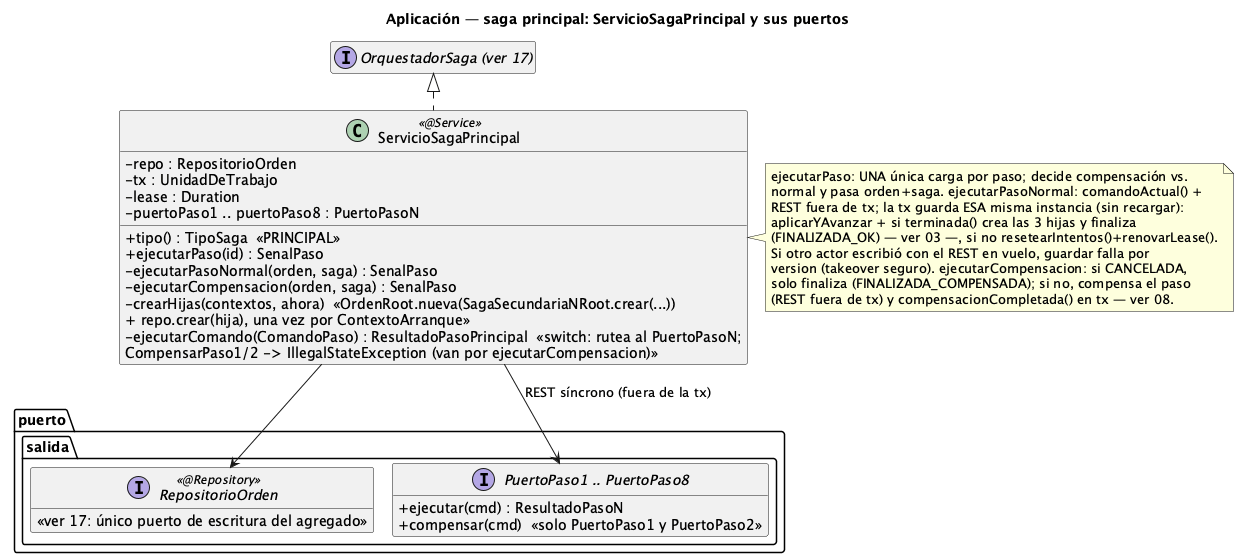
The PlantUML diagram order-manager/docs/18-clases-aplicacion-saga-principal.png in ralcazar/patrones, before a commit. Its diagram source:
```plantuml
@startuml 18-clases-aplicacion-saga-principal
title Aplicación — saga principal: ServicioSagaPrincipal y sus puertos
!pragma layout smetana
hide empty members
skinparam classAttributeIconSize 0

interface "OrquestadorSaga (ver 17)" as Base

class ServicioSagaPrincipal <<@Service>> {
  -repo : RepositorioOrden
  -tx : UnidadDeTrabajo
  -lease : Duration
  -puertoPaso1 .. puertoPaso8 : PuertoPasoN
  +tipo() : TipoSaga  «PRINCIPAL»
  +ejecutarPaso(id) : SenalPaso
  -ejecutarPasoNormal(orden, saga) : SenalPaso
  -ejecutarCompensacion(orden, saga) : SenalPaso
  -crearHijas(contextos, ahora)  «OrdenRoot.nueva(SagaSecundariaNRoot.crear(...))\n+ repo.crear(hija), una vez por ContextoArranque»
  -ejecutarComando(ComandoPaso) : ResultadoPasoPrincipal  «switch: rutea al PuertoPasoN;\nCompensarPaso1/2 -> IllegalStateException (van por ejecutarCompensacion)»
}
note right of ServicioSagaPrincipal
  ejecutarPaso: UNA única carga por paso; decide compensación vs.
  normal y pasa orden+saga. ejecutarPasoNormal: comandoActual() +
  REST fuera de tx; la tx guarda ESA misma instancia (sin recargar):
  aplicarYAvanzar + si terminada() crea las 3 hijas y finaliza
  (FINALIZADA_OK) — ver 03 —, si no resetearIntentos()+renovarLease().
  Si otro actor escribió con el REST en vuelo, guardar falla por
  version (takeover seguro). ejecutarCompensacion: si CANCELADA,
  solo finaliza (FINALIZADA_COMPENSADA); si no, compensa el paso
  (REST fuera de tx) y compensacionCompletada() en tx — ver 08.
end note

package "puerto.salida" {
  interface RepositorioOrden <<@Repository>> {
    «ver 17: único puerto de escritura del agregado»
  }
  interface "PuertoPaso1 .. PuertoPaso8" as PuertosPaso {
    +ejecutar(cmd) : ResultadoPasoN
    +compensar(cmd)  «solo PuertoPaso1 y PuertoPaso2»
  }
}

Base <|.. ServicioSagaPrincipal
ServicioSagaPrincipal --> RepositorioOrden
ServicioSagaPrincipal --> PuertosPaso : REST síncrono (fuera de la tx)
@enduml
```
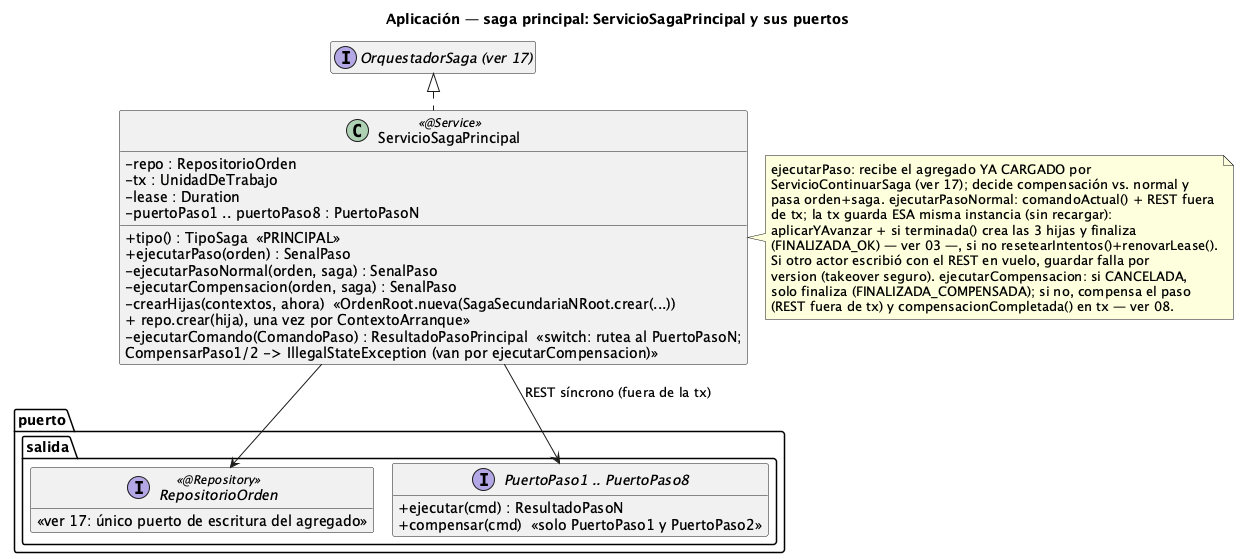
After the change.

What changed in the source:
```diff
@@ -12,16 +12,17 @@
   -lease : Duration
   -puertoPaso1 .. puertoPaso8 : PuertoPasoN
   +tipo() : TipoSaga  «PRINCIPAL»
-  +ejecutarPaso(id) : SenalPaso
+  +ejecutarPaso(orden) : SenalPaso
   -ejecutarPasoNormal(orden, saga) : SenalPaso
   -ejecutarCompensacion(orden, saga) : SenalPaso
   -crearHijas(contextos, ahora)  «OrdenRoot.nueva(SagaSecundariaNRoot.crear(...))\n+ repo.crear(hija), una vez por ContextoArranque»
   -ejecutarComando(ComandoPaso) : ResultadoPasoPrincipal  «switch: rutea al PuertoPasoN;\nCompensarPaso1/2 -> IllegalStateException (van por ejecutarCompensacion)»
 }
 note right of ServicioSagaPrincipal
-  ejecutarPaso: UNA única carga por paso; decide compensación vs.
-  normal y pasa orden+saga. ejecutarPasoNormal: comandoActual() +
-  REST fuera de tx; la tx guarda ESA misma instancia (sin recargar):
+  ejecutarPaso: recibe el agregado YA CARGADO por
+  ServicioContinuarSaga (ver 17); decide compensación vs. normal y
+  pasa orden+saga. ejecutarPasoNormal: comandoActual() + REST fuera
+  de tx; la tx guarda ESA misma instancia (sin recargar):
   aplicarYAvanzar + si terminada() crea las 3 hijas y finaliza
   (FINALIZADA_OK) — ver 03 —, si no resetearIntentos()+renovarLease().
   Si otro actor escribió con el REST en vuelo, guardar falla por
```
